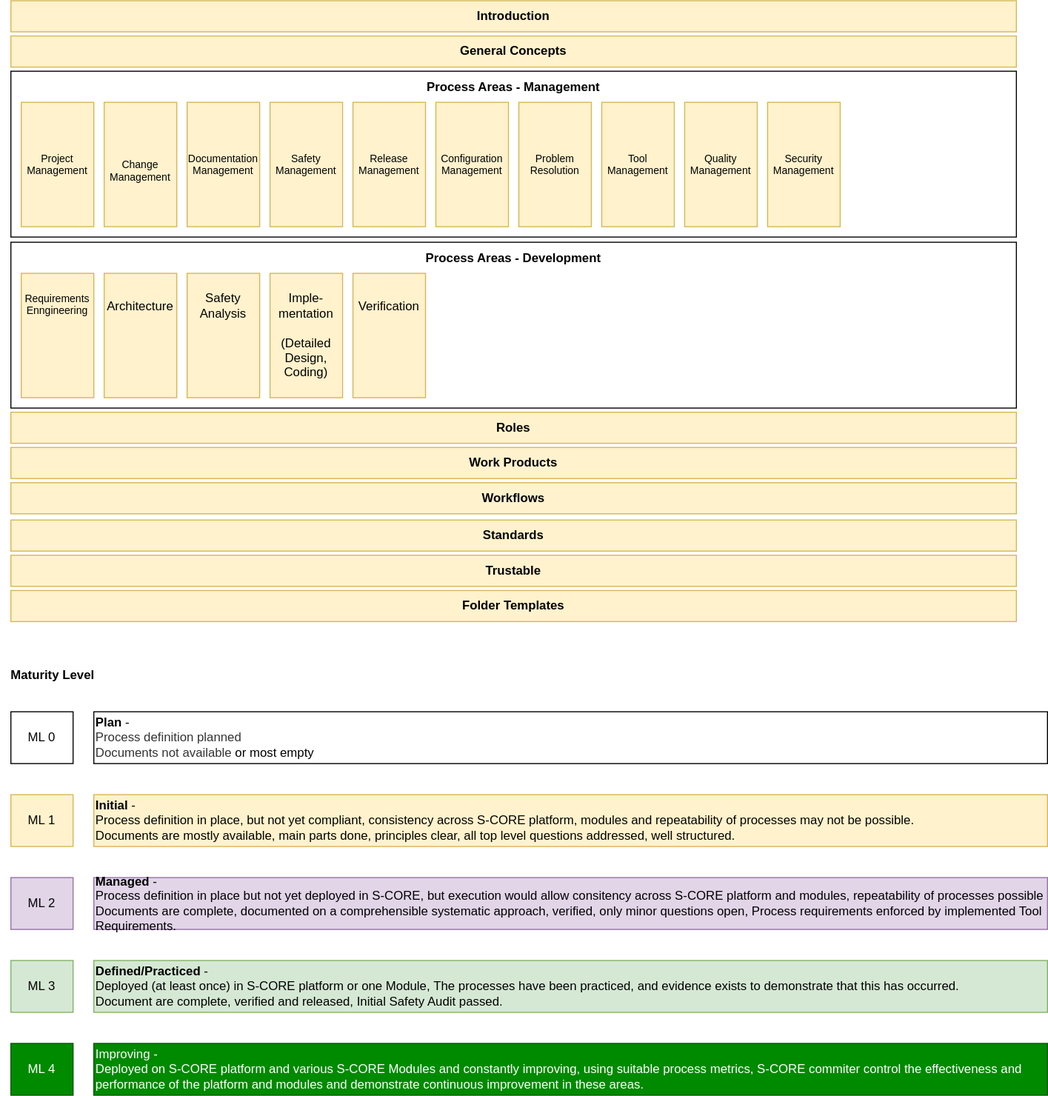
The draw.io diagram pr-47/_images/score_process_area_overview.drawio.svg in eclipse-score/reference_integration, before a commit. Source tidied: cells renumbered, new cells last; positions are measured from the earlier drawing's top-left corner, leaving out a move shared by most shapes.
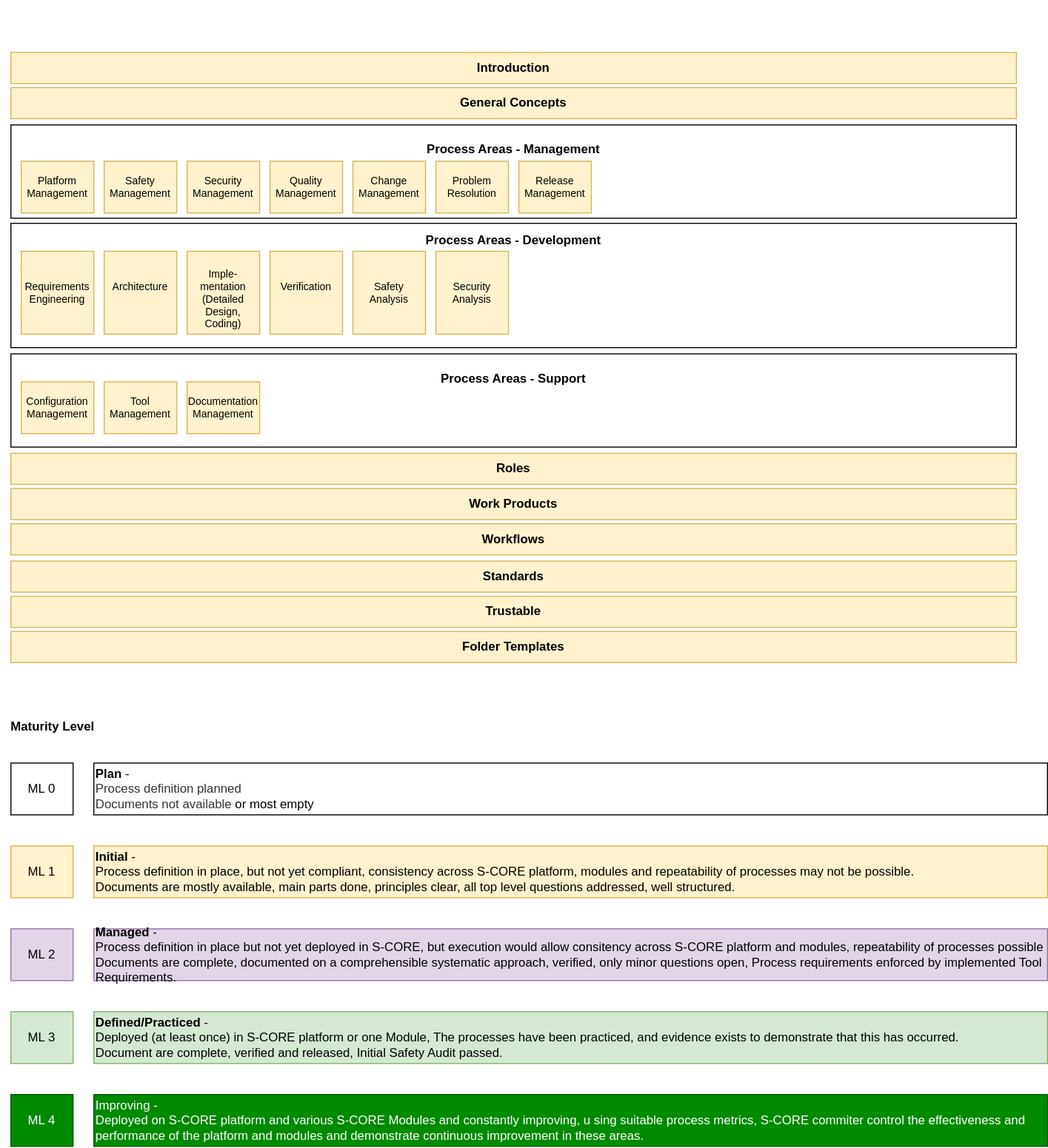
The same file after the commit.

The edit, as a diff of the source:
```diff
@@ -2,113 +2,119 @@
   <root>
     <mxCell id="0" />
     <mxCell id="1" parent="0" />
+    <mxCell id="38" value="&lt;b&gt;&lt;br&gt;&lt;br&gt;&lt;br&gt;&lt;br&gt;&lt;br&gt;&lt;br&gt;&lt;br&gt;Process Areas - Support&lt;br&gt;&lt;br&gt;&lt;br&gt;&lt;br&gt;&lt;br&gt;&lt;br&gt;&lt;br&gt;&lt;br&gt;&lt;br&gt;&lt;br&gt;&lt;br&gt;&amp;nbsp;&lt;/b&gt;" style="rounded=0;whiteSpace=wrap;html=1;" parent="1" vertex="1">
+      <mxGeometry x="730" y="769" width="970" height="90" as="geometry" />
+    </mxCell>
-    <mxCell id="2" value="&lt;b&gt;&lt;br&gt;&lt;br&gt;Process Areas - Development&lt;br&gt;&lt;br&gt;&lt;br&gt;&lt;br&gt;&lt;br&gt;&lt;br&gt;&lt;br&gt;&lt;br&gt;&lt;br&gt;&lt;br&gt;&lt;br&gt;&amp;nbsp;&lt;/b&gt;" style="rounded=0;whiteSpace=wrap;html=1;" parent="1" vertex="1">
-      <mxGeometry x="10" y="233" width="970" height="160" as="geometry" />
+    <mxCell id="2" value="&lt;b&gt;&lt;br&gt;&lt;br&gt;&lt;br&gt;&lt;br&gt;Process Areas - Development&lt;br&gt;&lt;br&gt;&lt;br&gt;&lt;br&gt;&lt;br&gt;&lt;br&gt;&lt;br&gt;&lt;br&gt;&lt;br&gt;&lt;br&gt;&lt;br&gt;&amp;nbsp;&lt;/b&gt;" style="rounded=0;whiteSpace=wrap;html=1;" parent="1" vertex="1">
+      <mxGeometry x="730" y="643" width="970" height="120" as="geometry" />
     </mxCell>
     <mxCell id="3" value="&lt;span style=&quot;&quot;&gt;Introduction&lt;/span&gt;" style="rounded=0;whiteSpace=wrap;html=1;fontStyle=1;fillColor=#fff2cc;strokeColor=#d6b656;" parent="1" vertex="1">
-      <mxGeometry x="10" width="970" height="30" as="geometry" />
+      <mxGeometry x="730" y="478" width="970" height="30" as="geometry" />
     </mxCell>
-    <mxCell id="4" value="&lt;b&gt;&lt;br&gt;&lt;br&gt;Process Areas - Management&lt;br&gt;&lt;br&gt;&lt;br&gt;&lt;br&gt;&lt;br&gt;&lt;br&gt;&lt;br&gt;&lt;br&gt;&lt;br&gt;&lt;br&gt;&lt;br&gt;&amp;nbsp;&lt;/b&gt;" style="rounded=0;whiteSpace=wrap;html=1;" parent="1" vertex="1">
-      <mxGeometry x="10" y="68" width="970" height="160" as="geometry" />
+    <mxCell id="4" value="&lt;b&gt;&lt;br&gt;&lt;br&gt;&lt;br&gt;&lt;br&gt;&lt;br&gt;&lt;br&gt;&lt;br&gt;&lt;br&gt;&lt;br&gt;Process Areas - Management&lt;br&gt;&lt;br&gt;&lt;br&gt;&lt;br&gt;&lt;br&gt;&lt;br&gt;&lt;br&gt;&lt;br&gt;&lt;br&gt;&lt;br&gt;&lt;br&gt;&lt;br&gt;&lt;br&gt;&amp;nbsp;&lt;/b&gt;" style="rounded=0;whiteSpace=wrap;html=1;" parent="1" vertex="1">
+      <mxGeometry x="730" y="548" width="970" height="90" as="geometry" />
     </mxCell>
-    <mxCell id="5" value="Requirements&lt;br style=&quot;font-size: 10px;&quot;&gt;Enngineering&lt;br style=&quot;font-size: 10px;&quot;&gt;&lt;br&gt;&lt;br&gt;&lt;br style=&quot;font-size: 10px;&quot;&gt;&lt;br style=&quot;font-size: 10px;&quot;&gt;&lt;br style=&quot;font-size: 10px;&quot;&gt;" style="rounded=0;whiteSpace=wrap;html=1;fillColor=#fff2cc;strokeColor=#d6b656;fontSize=10;" parent="1" vertex="1">
-      <mxGeometry x="20" y="263" width="70" height="120" as="geometry" />
-    </mxCell>
+    <mxCell id="39" value="Requirements&lt;br style=&quot;font-size: 10px;&quot;&gt;Engineering" style="rounded=0;whiteSpace=wrap;html=1;fillColor=#fff2cc;strokeColor=#d6b656;fontSize=10;verticalAlign=middle;" parent="1" vertex="1">
+      <mxGeometry x="740" y="670" width="70" height="80" as="geometry" />
+    </mxCell>
-    <mxCell id="6" value="Safety&lt;br style=&quot;font-size: 10px;&quot;&gt;Management" style="rounded=0;whiteSpace=wrap;html=1;fillColor=#fff2cc;strokeColor=#d6b656;fontSize=10;" parent="1" vertex="1">
-      <mxGeometry x="260" y="98" width="70" height="120" as="geometry" />
+    <mxCell id="6" value="Safety&lt;br style=&quot;font-size: 10px;&quot;&gt;Management" style="rounded=0;whiteSpace=wrap;html=1;fillColor=#fff2cc;strokeColor=#d6b656;fontSize=10;verticalAlign=middle;" parent="1" vertex="1">
+      <mxGeometry x="820" y="583" width="70" height="50" as="geometry" />
     </mxCell>
-    <mxCell id="7" value="&lt;br style=&quot;font-size: 10px;&quot;&gt;&lt;br style=&quot;font-size: 10px;&quot;&gt;Change Management&lt;br&gt;&lt;br&gt;" style="rounded=0;whiteSpace=wrap;html=1;fillColor=#fff2cc;strokeColor=#d6b656;fontSize=10;" parent="1" vertex="1">
-      <mxGeometry x="100" y="98" width="70" height="120" as="geometry" />
+    <mxCell id="7" value="Change Management&lt;br&gt;" style="rounded=0;whiteSpace=wrap;html=1;fillColor=#fff2cc;strokeColor=#d6b656;fontSize=10;verticalAlign=middle;" parent="1" vertex="1">
+      <mxGeometry x="1060" y="583" width="70" height="50" as="geometry" />
     </mxCell>
     <mxCell id="8" value="Documentation&lt;br style=&quot;font-size: 10px;&quot;&gt;Management" style="rounded=0;whiteSpace=wrap;html=1;fillColor=#fff2cc;strokeColor=#d6b656;fontSize=10;" parent="1" vertex="1">
-      <mxGeometry x="180" y="98" width="70" height="120" as="geometry" />
+      <mxGeometry x="900" y="796" width="70" height="50" as="geometry" />
     </mxCell>
     <mxCell id="9" value="&lt;span style=&quot;&quot;&gt;General Concepts&lt;/span&gt;" style="rounded=0;whiteSpace=wrap;html=1;fontStyle=1;fillColor=#fff2cc;strokeColor=#d6b656;" parent="1" vertex="1">
-      <mxGeometry x="10" y="34" width="970" height="30" as="geometry" />
+      <mxGeometry x="730" y="512" width="970" height="30" as="geometry" />
     </mxCell>
     <mxCell id="10" value="&lt;span style=&quot;&quot;&gt;Standards&lt;/span&gt;" style="rounded=0;whiteSpace=wrap;html=1;fontStyle=1;fillColor=#fff2cc;strokeColor=#d6b656;" parent="1" vertex="1">
-      <mxGeometry x="10" y="501" width="970" height="30" as="geometry" />
+      <mxGeometry x="730" y="969" width="970" height="30" as="geometry" />
     </mxCell>
     <mxCell id="11" value="&lt;span style=&quot;&quot;&gt;Roles&lt;/span&gt;" style="rounded=0;whiteSpace=wrap;html=1;fontStyle=1;fillColor=#fff2cc;strokeColor=#d6b656;" parent="1" vertex="1">
-      <mxGeometry x="10" y="397" width="970" height="30" as="geometry" />
+      <mxGeometry x="730" y="865" width="970" height="30" as="geometry" />
     </mxCell>
-    <mxCell id="12" value="&lt;br&gt;Architecture&lt;br&gt;&lt;br&gt;&lt;br&gt;&lt;br&gt;&lt;br&gt;&lt;br&gt;" style="rounded=0;whiteSpace=wrap;html=1;fillColor=#fff2cc;strokeColor=#d6b656;" parent="1" vertex="1">
-      <mxGeometry x="100" y="263" width="70" height="120" as="geometry" />
+    <mxCell id="12" value="&lt;br style=&quot;font-size: 10px;&quot;&gt;&lt;br style=&quot;font-size: 10px;&quot;&gt;Architecture&lt;br style=&quot;font-size: 10px;&quot;&gt;&lt;br style=&quot;font-size: 10px;&quot;&gt;&lt;br style=&quot;font-size: 10px;&quot;&gt;&lt;br style=&quot;font-size: 10px;&quot;&gt;" style="rounded=0;whiteSpace=wrap;html=1;fillColor=#fff2cc;strokeColor=#d6b656;verticalAlign=middle;fontSize=10;" parent="1" vertex="1">
+      <mxGeometry x="820" y="670" width="70" height="80" as="geometry" />
     </mxCell>
-    <mxCell id="13" value="Imple-mentation&lt;br&gt;&lt;br&gt;(Detailed Design, &lt;br&gt;Coding)" style="rounded=0;whiteSpace=wrap;html=1;fillColor=#fff2cc;strokeColor=#d6b656;" parent="1" vertex="1">
-      <mxGeometry x="260" y="263" width="70" height="120" as="geometry" />
+    <mxCell id="13" value="&lt;font style=&quot;font-size: 10px;&quot;&gt;&lt;font style=&quot;font-size: 10px;&quot;&gt;&lt;br style=&quot;font-size: 10px;&quot;&gt;Imple-mentation&lt;/font&gt;&lt;br style=&quot;font-size: 10px;&quot;&gt;&lt;span style=&quot;font-size: 10px;&quot;&gt;(Detailed Design, &lt;/span&gt;&lt;br style=&quot;font-size: 10px;&quot;&gt;&lt;span style=&quot;font-size: 10px;&quot;&gt;Coding)&lt;/span&gt;&lt;/font&gt;" style="rounded=0;whiteSpace=wrap;html=1;fillColor=#fff2cc;strokeColor=#d6b656;fontSize=10;" parent="1" vertex="1">
+      <mxGeometry x="900" y="670" width="70" height="80" as="geometry" />
     </mxCell>
     <mxCell id="14" value="Problem Resolution" style="rounded=0;whiteSpace=wrap;html=1;fontSize=10;fillColor=#fff2cc;strokeColor=#d6b656;" parent="1" vertex="1">
-      <mxGeometry x="500" y="98" width="70" height="120" as="geometry" />
+      <mxGeometry x="1140" y="583" width="70" height="50" as="geometry" />
     </mxCell>
     <mxCell id="15" value="ML 4" style="rounded=0;whiteSpace=wrap;html=1;fillColor=#008a00;strokeColor=#005700;fontColor=#ffffff;" parent="1" vertex="1">
-      <mxGeometry x="10" y="1006" width="60" height="50" as="geometry" />
+      <mxGeometry x="730" y="1484" width="60" height="50" as="geometry" />
     </mxCell>
     <mxCell id="16" value="ML 2" style="rounded=0;whiteSpace=wrap;html=1;fillColor=#e1d5e7;strokeColor=#9673a6;" parent="1" vertex="1">
-      <mxGeometry x="10" y="846" width="60" height="50" as="geometry" />
+      <mxGeometry x="730" y="1324" width="60" height="50" as="geometry" />
     </mxCell>
     <mxCell id="17" value="ML 1" style="rounded=0;whiteSpace=wrap;html=1;fillColor=#fff2cc;strokeColor=#d6b656;" parent="1" vertex="1">
-      <mxGeometry x="10" y="766" width="60" height="50" as="geometry" />
+      <mxGeometry x="730" y="1244" width="60" height="50" as="geometry" />
     </mxCell>
-    <mxCell id="18" value="&lt;br&gt;&lt;br&gt;Verification&lt;br&gt;&lt;br&gt;&lt;br&gt;&lt;br&gt;&lt;br&gt;&lt;br&gt;&lt;br&gt;" style="rounded=0;whiteSpace=wrap;html=1;fillColor=#fff2cc;strokeColor=#d6b656;" parent="1" vertex="1">
-      <mxGeometry x="340" y="263" width="70" height="120" as="geometry" />
+    <mxCell id="18" value="Verification&lt;br style=&quot;font-size: 10px;&quot;&gt;&lt;br style=&quot;font-size: 10px;&quot;&gt;" style="rounded=0;whiteSpace=wrap;html=1;fillColor=#fff2cc;strokeColor=#d6b656;fontSize=10;" parent="1" vertex="1">
+      <mxGeometry x="980" y="670" width="70" height="80" as="geometry" />
     </mxCell>
-    <mxCell id="19" value="Configuration&lt;br style=&quot;font-size: 10px;&quot;&gt;Management" style="rounded=0;whiteSpace=wrap;html=1;fontSize=10;fillColor=#fff2cc;strokeColor=#d6b656;" parent="1" vertex="1">
-      <mxGeometry x="420" y="98" width="70" height="120" as="geometry" />
+    <mxCell id="19" value="Configuration&lt;br style=&quot;font-size: 10px;&quot;&gt;Management" style="rounded=0;whiteSpace=wrap;html=1;fontSize=10;fillColor=#fff2cc;strokeColor=#d6b656;verticalAlign=middle;" parent="1" vertex="1">
+      <mxGeometry x="740" y="796" width="70" height="50" as="geometry" />
     </mxCell>
     <mxCell id="20" value="Tool&lt;br style=&quot;font-size: 10px;&quot;&gt;Management" style="rounded=0;whiteSpace=wrap;html=1;fontSize=10;fillColor=#fff2cc;strokeColor=#d6b656;" parent="1" vertex="1">
-      <mxGeometry x="580" y="98" width="70" height="120" as="geometry" />
+      <mxGeometry x="820" y="796" width="70" height="50" as="geometry" />
     </mxCell>
-    <mxCell id="21" value="Quality&lt;br style=&quot;font-size: 10px;&quot;&gt;Management" style="rounded=0;whiteSpace=wrap;html=1;fontSize=10;fillColor=#fff2cc;strokeColor=#d6b656;" parent="1" vertex="1">
-      <mxGeometry x="660" y="98" width="70" height="120" as="geometry" />
+    <mxCell id="21" value="Quality&lt;br style=&quot;font-size: 10px;&quot;&gt;Management" style="rounded=0;whiteSpace=wrap;html=1;fontSize=10;fillColor=#fff2cc;strokeColor=#d6b656;verticalAlign=middle;" parent="1" vertex="1">
+      <mxGeometry x="980" y="583" width="70" height="50" as="geometry" />
     </mxCell>
-    <mxCell id="22" value="Project&lt;br style=&quot;font-size: 10px;&quot;&gt;Management" style="rounded=0;whiteSpace=wrap;html=1;fontSize=10;fillColor=#fff2cc;strokeColor=#d6b656;" parent="1" vertex="1">
-      <mxGeometry x="20" y="98" width="70" height="120" as="geometry" />
-    </mxCell>
+    <mxCell id="40" value="Platform&lt;br style=&quot;font-size: 10px;&quot;&gt;Management" style="rounded=0;whiteSpace=wrap;html=1;fontSize=10;fillColor=#fff2cc;strokeColor=#d6b656;verticalAlign=middle;" parent="1" vertex="1">
+      <mxGeometry x="740" y="583" width="70" height="50" as="geometry" />
+    </mxCell>
     <mxCell id="23" value="&lt;b&gt;Maturity Level&lt;/b&gt;" style="text;html=1;align=center;verticalAlign=middle;strokeColor=none;fillColor=none;" parent="1" vertex="1">
-      <mxGeometry y="636" width="100" height="30" as="geometry" />
+      <mxGeometry x="720" y="1114" width="100" height="30" as="geometry" />
     </mxCell>
     <mxCell id="24" value="ML 0" style="rounded=0;whiteSpace=wrap;html=1;" parent="1" vertex="1">
-      <mxGeometry x="10" y="686" width="60" height="50" as="geometry" />
+      <mxGeometry x="730" y="1164" width="60" height="50" as="geometry" />
     </mxCell>
-    <mxCell id="25" value="Safety&lt;br&gt;Analysis&lt;br&gt;&lt;br&gt;&lt;br&gt;&lt;br&gt;&lt;br&gt;" style="rounded=0;whiteSpace=wrap;html=1;fillColor=#fff2cc;strokeColor=#d6b656;" parent="1" vertex="1">
-      <mxGeometry x="180" y="263" width="70" height="120" as="geometry" />
+    <mxCell id="25" value="&lt;br style=&quot;font-size: 10px;&quot;&gt;Safety&lt;br style=&quot;font-size: 10px;&quot;&gt;Analysis&lt;br style=&quot;font-size: 10px;&quot;&gt;&lt;br style=&quot;font-size: 10px;&quot;&gt;" style="rounded=0;whiteSpace=wrap;html=1;fillColor=#fff2cc;strokeColor=#d6b656;fontSize=10;" parent="1" vertex="1">
+      <mxGeometry x="1060" y="670" width="70" height="80" as="geometry" />
     </mxCell>
     <mxCell id="26" value="&lt;span style=&quot;&quot;&gt;Work Products&lt;/span&gt;" style="rounded=0;whiteSpace=wrap;html=1;fontStyle=1;fillColor=#fff2cc;strokeColor=#d6b656;" parent="1" vertex="1">
-      <mxGeometry x="10" y="431" width="970" height="30" as="geometry" />
+      <mxGeometry x="730" y="899" width="970" height="30" as="geometry" />
     </mxCell>
     <mxCell id="27" value="&lt;span style=&quot;&quot;&gt;Workflows&lt;/span&gt;" style="rounded=0;whiteSpace=wrap;html=1;fontStyle=1;fillColor=#fff2cc;strokeColor=#d6b656;" parent="1" vertex="1">
-      <mxGeometry x="10" y="465" width="970" height="30" as="geometry" />
+      <mxGeometry x="730" y="933" width="970" height="30" as="geometry" />
     </mxCell>
     <mxCell id="28" value="ML 3" style="rounded=0;whiteSpace=wrap;html=1;fillColor=#d5e8d4;strokeColor=#82b366;" parent="1" vertex="1">
-      <mxGeometry x="10" y="926" width="60" height="50" as="geometry" />
+      <mxGeometry x="730" y="1404" width="60" height="50" as="geometry" />
     </mxCell>
     <mxCell id="29" value="&lt;b&gt;Plan&lt;/b&gt; -&amp;nbsp;&lt;br&gt;&lt;span style=&quot;color: rgb(51, 51, 51);&quot;&gt;Process definition&amp;nbsp;planned&lt;br&gt;Documents not available&amp;nbsp;&lt;/span&gt;or most empty" style="rounded=0;whiteSpace=wrap;html=1;align=left;" parent="1" vertex="1">
-      <mxGeometry x="90" y="686" width="920" height="50" as="geometry" />
+      <mxGeometry x="810" y="1164" width="920" height="50" as="geometry" />
     </mxCell>
     <mxCell id="30" value="&lt;b&gt;Initial&lt;/b&gt; -&amp;nbsp;&lt;br&gt;&lt;span style=&quot;background-color: initial;&quot;&gt;Process definition in&amp;nbsp;&lt;/span&gt;&lt;span style=&quot;background-color: initial;&quot;&gt;place, but not yet compliant,&amp;nbsp;&lt;/span&gt;&lt;span style=&quot;text-align: center;&quot;&gt;consistency across S-CORE platform, modules and repeatability of processes may not be possible.&lt;br&gt;Documents are mostly available, main parts done, principles clear, all top level questions addressed, well structured.&lt;br&gt;&lt;/span&gt;" style="rounded=0;whiteSpace=wrap;html=1;fillColor=#fff2cc;strokeColor=#d6b656;align=left;" parent="1" vertex="1">
-      <mxGeometry x="90" y="766" width="920" height="50" as="geometry" />
+      <mxGeometry x="810" y="1244" width="920" height="50" as="geometry" />
     </mxCell>
     <mxCell id="31" value="&lt;b&gt;Managed&lt;/b&gt; -&lt;br&gt;&lt;span style=&quot;color: rgb(0, 0, 0); background-color: initial;&quot;&gt;Process definition in place but not&amp;nbsp;&lt;/span&gt;&lt;span style=&quot;color: rgb(0, 0, 0); background-color: initial;&quot;&gt;yet deployed in S-CORE, but&amp;nbsp;&lt;/span&gt;&lt;span style=&quot;text-align: center;&quot;&gt;execution would allow consitency across S-CORE platform and modules, repeatability of processes possible&lt;br&gt;Documents are complete, documented on a comprehensible systematic approach, verified, only minor questions open, Process requirements enforced by implemented Tool Requirements.&lt;br&gt;&lt;/span&gt;" style="rounded=0;whiteSpace=wrap;html=1;fillColor=#e1d5e7;strokeColor=#9673a6;align=left;" parent="1" vertex="1">
-      <mxGeometry x="90" y="846" width="920" height="50" as="geometry" />
+      <mxGeometry x="810" y="1324" width="920" height="50" as="geometry" />
     </mxCell>
     <mxCell id="32" value="&lt;b&gt;Defined/Practiced&lt;/b&gt; -&amp;nbsp;&lt;br&gt;&lt;span style=&quot;color: rgb(0, 0, 0); background-color: initial;&quot;&gt;Deployed (at least once) in S-CORE platform or one Module,&amp;nbsp;&lt;/span&gt;&lt;span style=&quot;text-align: center;&quot;&gt;&lt;font color=&quot;#000000&quot;&gt;The processes have been practiced, and evidence exists to demonstrate that this has occurred.&amp;nbsp;&lt;/font&gt;&lt;br&gt;&lt;font color=&quot;#000000&quot;&gt;Document are complete, verified and released, Initial Safety Audit passed.&lt;/font&gt;&lt;br&gt;&lt;/span&gt;" style="rounded=0;whiteSpace=wrap;html=1;fillColor=#d5e8d4;strokeColor=#82b366;align=left;" parent="1" vertex="1">
-      <mxGeometry x="90" y="926" width="920" height="50" as="geometry" />
+      <mxGeometry x="810" y="1404" width="920" height="50" as="geometry" />
     </mxCell>
     <mxCell id="33" value="Improving -&amp;nbsp;&lt;br&gt;&lt;span style=&quot;background-color: initial;&quot;&gt;Deployed on S-CORE platform and various S-CORE Modules and&amp;nbsp;&lt;/span&gt;&lt;span style=&quot;background-color: initial;&quot;&gt;constantly improving, u&lt;/span&gt;&lt;span style=&quot;text-align: center;&quot;&gt;sing suitable process metrics, S-CORE commiter control the effectiveness and performance of the platform and modules and demonstrate continuous improvement in these areas.&lt;/span&gt;" style="rounded=0;whiteSpace=wrap;html=1;fillColor=#008a00;strokeColor=#005700;fontColor=#FFFFFF;align=left;" parent="1" vertex="1">
-      <mxGeometry x="90" y="1006" width="920" height="50" as="geometry" />
+      <mxGeometry x="810" y="1484" width="920" height="50" as="geometry" />
     </mxCell>
     <mxCell id="34" value="Release&lt;br style=&quot;font-size: 10px;&quot;&gt;Management" style="rounded=0;whiteSpace=wrap;html=1;fontSize=10;fillColor=#fff2cc;strokeColor=#d6b656;" parent="1" vertex="1">
-      <mxGeometry x="340" y="98" width="70" height="120" as="geometry" />
+      <mxGeometry x="1220" y="583" width="70" height="50" as="geometry" />
     </mxCell>
     <mxCell id="35" value="&lt;span style=&quot;&quot;&gt;Trustable&lt;/span&gt;" style="rounded=0;whiteSpace=wrap;html=1;fontStyle=1;fillColor=#fff2cc;strokeColor=#d6b656;" parent="1" vertex="1">
-      <mxGeometry x="10" y="535" width="970" height="30" as="geometry" />
+      <mxGeometry x="730" y="1003" width="970" height="30" as="geometry" />
     </mxCell>
     <mxCell id="36" value="&lt;span style=&quot;&quot;&gt;Folder Templates&lt;/span&gt;" style="rounded=0;whiteSpace=wrap;html=1;fontStyle=1;fillColor=#fff2cc;strokeColor=#d6b656;" parent="1" vertex="1">
-      <mxGeometry x="10" y="569" width="970" height="30" as="geometry" />
+      <mxGeometry x="730" y="1037" width="970" height="30" as="geometry" />
     </mxCell>
-    <mxCell id="37" value="Security&lt;br style=&quot;font-size: 10px;&quot;&gt;Management" style="rounded=0;whiteSpace=wrap;html=1;fontSize=10;fillColor=#fff2cc;strokeColor=#d6b656;" parent="1" vertex="1">
-      <mxGeometry x="740" y="98" width="70" height="120" as="geometry" />
+    <mxCell id="37" value="Security&lt;br style=&quot;font-size: 10px;&quot;&gt;Management" style="rounded=0;whiteSpace=wrap;html=1;fontSize=10;fillColor=#fff2cc;strokeColor=#d6b656;verticalAlign=middle;" parent="1" vertex="1">
+      <mxGeometry x="900" y="583" width="70" height="50" as="geometry" />
     </mxCell>
+    <mxCell id="41" value="Security&lt;br style=&quot;font-size: 10px;&quot;&gt;Analysis" style="rounded=0;whiteSpace=wrap;html=1;fillColor=#fff2cc;strokeColor=#d6b656;fontSize=10;" parent="1" vertex="1">
+      <mxGeometry x="1140" y="670" width="70" height="80" as="geometry" />
+    </mxCell>
   </root>
 </mxGraphModel>
```
